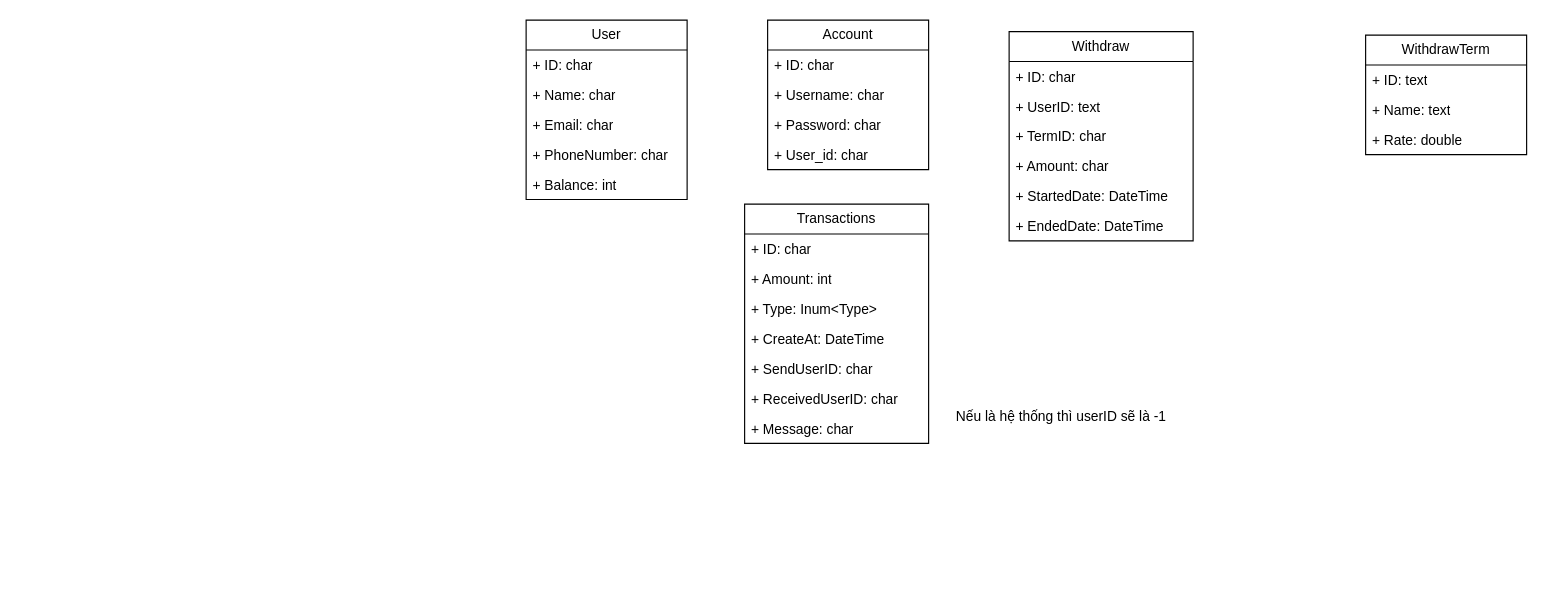
This is Biểu đồ không có tiêu đề.drawio from manhhoangg2k2/e-wallet, a draw.io file, before an edit. Source tidied: cells renumbered, new cells numbered last; positions are measured from the earlier drawing's top-left corner, leaving out a move shared by most shapes. Both pictures are drawn from the tidied source at 115%, with x=0, y=0 at pixel (526, 20).
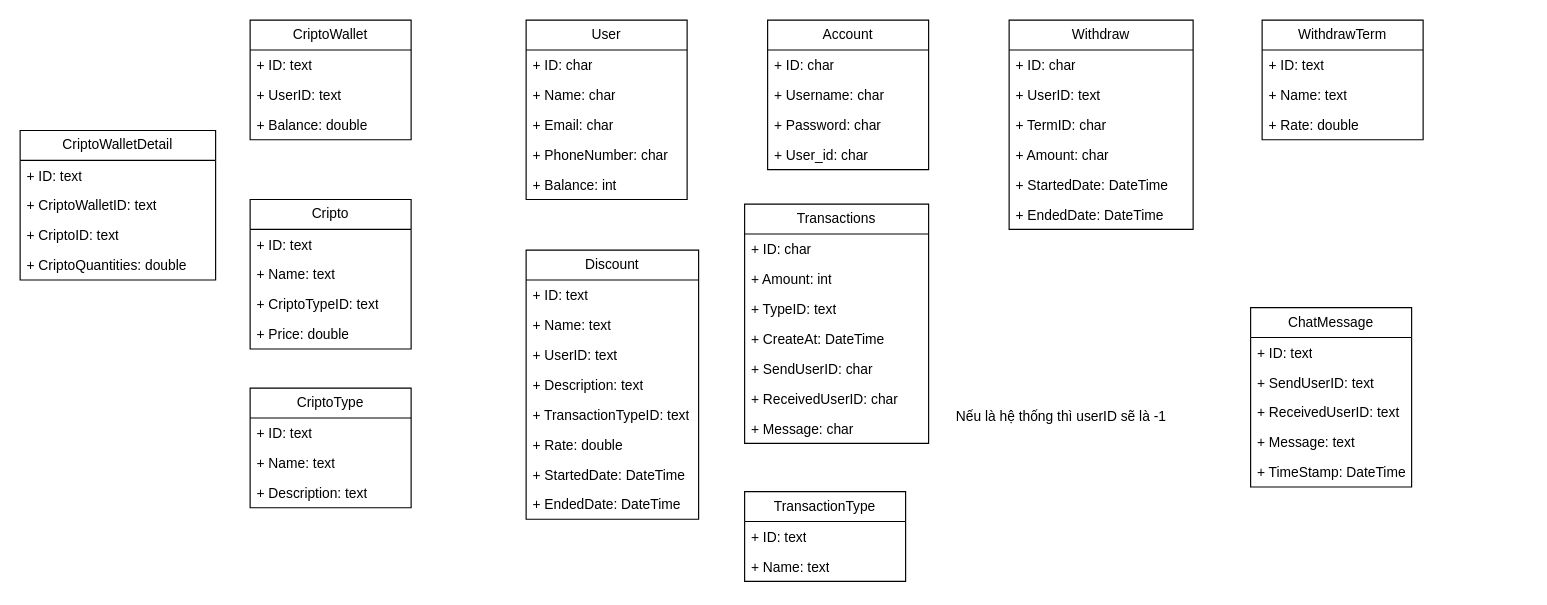
Above is the later version.

Commit message:
Cập nhật Biểu đồ không có tiêu đề.drawio

The change refers to these unchanged cells:
```xml
<mxCell id="13" value="Transactions" style="swimlane;fontStyle=0;horizontal=1;startSize=26;fillColor=none;whiteSpace=wrap;html=1;" parent="1" vertex="1">
  <mxGeometry x="190" y="160" width="160" height="208" as="geometry" />
</mxCell>
```

Diff of the diagram source:
```diff
@@
-    <mxCell id="16" value="+ Type: Inum&amp;lt;Type&amp;gt;" style="text;strokeColor=none;fillColor=none;align=left;verticalAlign=top;spacingLeft=4;spacingRight=4;overflow=hidden;whiteSpace=wrap;html=1;" parent="13" vertex="1">
+    <mxCell id="16" value="+ TypeID: text" style="text;strokeColor=none;fillColor=none;align=left;verticalAlign=top;spacingLeft=4;spacingRight=4;overflow=hidden;whiteSpace=wrap;html=1;" parent="13" vertex="1">
       <mxGeometry y="78" width="160" height="26" as="geometry" />
     </mxCell>
@@
     <mxCell id="22" value="Withdraw" style="swimlane;fontStyle=0;horizontal=1;startSize=26;fillColor=none;whiteSpace=wrap;html=1;" parent="1" vertex="1">
-      <mxGeometry x="420" y="10" width="160" height="182" as="geometry" />
+      <mxGeometry x="420" width="160" height="182" as="geometry" />
     </mxCell>
@@
     <mxCell id="29" value="WithdrawTerm" style="swimlane;fontStyle=0;horizontal=1;startSize=26;fillColor=none;whiteSpace=wrap;html=1;" parent="1" vertex="1">
-      <mxGeometry x="730" y="13" width="140" height="104" as="geometry" />
+      <mxGeometry x="640" width="140" height="104" as="geometry" />
     </mxCell>
@@
+    <mxCell id="33" value="TransactionType" style="swimlane;fontStyle=0;horizontal=1;startSize=26;fillColor=none;whiteSpace=wrap;html=1;" parent="1" vertex="1">
+      <mxGeometry x="190" y="410" width="140" height="78" as="geometry" />
+    </mxCell>
+    <mxCell id="34" value="+ ID: text" style="text;strokeColor=none;fillColor=none;align=left;verticalAlign=top;spacingLeft=4;spacingRight=4;overflow=hidden;whiteSpace=wrap;html=1;" parent="33" vertex="1">
+      <mxGeometry y="26" width="140" height="26" as="geometry" />
+    </mxCell>
+    <mxCell id="35" value="+ Name: text" style="text;strokeColor=none;fillColor=none;align=left;verticalAlign=top;spacingLeft=4;spacingRight=4;overflow=hidden;whiteSpace=wrap;html=1;" parent="33" vertex="1">
+      <mxGeometry y="52" width="140" height="26" as="geometry" />
+    </mxCell>
+    <mxCell id="36" value="Discount" style="swimlane;fontStyle=0;horizontal=1;startSize=26;fillColor=none;whiteSpace=wrap;html=1;" parent="1" vertex="1">
+      <mxGeometry y="200" width="150" height="234" as="geometry" />
+    </mxCell>
+    <mxCell id="37" value="+ ID: text" style="text;strokeColor=none;fillColor=none;align=left;verticalAlign=top;spacingLeft=4;spacingRight=4;overflow=hidden;whiteSpace=wrap;html=1;" parent="36" vertex="1">
+      <mxGeometry y="26" width="150" height="26" as="geometry" />
+    </mxCell>
+    <mxCell id="38" value="+ Name: text" style="text;strokeColor=none;fillColor=none;align=left;verticalAlign=top;spacingLeft=4;spacingRight=4;overflow=hidden;whiteSpace=wrap;html=1;" parent="36" vertex="1">
+      <mxGeometry y="52" width="150" height="26" as="geometry" />
+    </mxCell>
+    <mxCell id="39" value="+ UserID: text" style="text;strokeColor=none;fillColor=none;align=left;verticalAlign=top;spacingLeft=4;spacingRight=4;overflow=hidden;whiteSpace=wrap;html=1;" parent="36" vertex="1">
+      <mxGeometry y="78" width="150" height="26" as="geometry" />
+    </mxCell>
+    <mxCell id="40" value="+ Description: text" style="text;strokeColor=none;fillColor=none;align=left;verticalAlign=top;spacingLeft=4;spacingRight=4;overflow=hidden;whiteSpace=wrap;html=1;" parent="36" vertex="1">
+      <mxGeometry y="104" width="150" height="26" as="geometry" />
+    </mxCell>
+    <mxCell id="41" value="+ TransactionTypeID: text" style="text;strokeColor=none;fillColor=none;align=left;verticalAlign=top;spacingLeft=4;spacingRight=4;overflow=hidden;whiteSpace=wrap;html=1;" parent="36" vertex="1">
+      <mxGeometry y="130" width="150" height="26" as="geometry" />
+    </mxCell>
+    <mxCell id="42" value="+ Rate: double" style="text;strokeColor=none;fillColor=none;align=left;verticalAlign=top;spacingLeft=4;spacingRight=4;overflow=hidden;whiteSpace=wrap;html=1;" parent="36" vertex="1">
+      <mxGeometry y="156" width="150" height="26" as="geometry" />
+    </mxCell>
+    <mxCell id="43" value="+ StartedDate: DateTime" style="text;strokeColor=none;fillColor=none;align=left;verticalAlign=top;spacingLeft=4;spacingRight=4;overflow=hidden;whiteSpace=wrap;html=1;" parent="36" vertex="1">
+      <mxGeometry y="182" width="150" height="26" as="geometry" />
+    </mxCell>
+    <mxCell id="44" value="+ EndedDate: DateTime" style="text;strokeColor=none;fillColor=none;align=left;verticalAlign=top;spacingLeft=4;spacingRight=4;overflow=hidden;whiteSpace=wrap;html=1;" parent="36" vertex="1">
+      <mxGeometry y="208" width="150" height="26" as="geometry" />
+    </mxCell>
+    <mxCell id="45" value="Cripto" style="swimlane;fontStyle=0;horizontal=1;startSize=26;fillColor=none;whiteSpace=wrap;html=1;" parent="1" vertex="1">
+      <mxGeometry x="-240" y="156" width="140" height="130" as="geometry" />
+    </mxCell>
+    <mxCell id="46" value="+ ID: text" style="text;strokeColor=none;fillColor=none;align=left;verticalAlign=top;spacingLeft=4;spacingRight=4;overflow=hidden;whiteSpace=wrap;html=1;" parent="45" vertex="1">
+      <mxGeometry y="26" width="140" height="26" as="geometry" />
+    </mxCell>
+    <mxCell id="47" value="+ Name: text" style="text;strokeColor=none;fillColor=none;align=left;verticalAlign=top;spacingLeft=4;spacingRight=4;overflow=hidden;whiteSpace=wrap;html=1;" parent="45" vertex="1">
+      <mxGeometry y="52" width="140" height="26" as="geometry" />
+    </mxCell>
+    <mxCell id="48" value="+ CriptoTypeID: text" style="text;strokeColor=none;fillColor=none;align=left;verticalAlign=top;spacingLeft=4;spacingRight=4;overflow=hidden;whiteSpace=wrap;html=1;" parent="45" vertex="1">
+      <mxGeometry y="78" width="140" height="26" as="geometry" />
+    </mxCell>
+    <mxCell id="49" value="+ Price: double" style="text;strokeColor=none;fillColor=none;align=left;verticalAlign=top;spacingLeft=4;spacingRight=4;overflow=hidden;whiteSpace=wrap;html=1;" parent="45" vertex="1">
+      <mxGeometry y="104" width="140" height="26" as="geometry" />
+    </mxCell>
+    <mxCell id="50" value="CriptoWallet" style="swimlane;fontStyle=0;horizontal=1;startSize=26;fillColor=none;whiteSpace=wrap;html=1;" parent="1" vertex="1">
+      <mxGeometry x="-240" width="140" height="104" as="geometry" />
+    </mxCell>
+    <mxCell id="51" value="+ ID: text" style="text;strokeColor=none;fillColor=none;align=left;verticalAlign=top;spacingLeft=4;spacingRight=4;overflow=hidden;whiteSpace=wrap;html=1;" parent="50" vertex="1">
+      <mxGeometry y="26" width="140" height="26" as="geometry" />
+    </mxCell>
+    <mxCell id="52" value="+ UserID: text" style="text;strokeColor=none;fillColor=none;align=left;verticalAlign=top;spacingLeft=4;spacingRight=4;overflow=hidden;whiteSpace=wrap;html=1;" parent="50" vertex="1">
+      <mxGeometry y="52" width="140" height="26" as="geometry" />
+    </mxCell>
+    <mxCell id="53" value="+ Balance: double" style="text;strokeColor=none;fillColor=none;align=left;verticalAlign=top;spacingLeft=4;spacingRight=4;overflow=hidden;whiteSpace=wrap;html=1;" parent="50" vertex="1">
+      <mxGeometry y="78" width="140" height="26" as="geometry" />
+    </mxCell>
+    <mxCell id="54" value="CriptoType" style="swimlane;fontStyle=0;horizontal=1;startSize=26;fillColor=none;whiteSpace=wrap;html=1;" parent="1" vertex="1">
+      <mxGeometry x="-240" y="320" width="140" height="104" as="geometry" />
+    </mxCell>
+    <mxCell id="55" value="+ ID: text" style="text;strokeColor=none;fillColor=none;align=left;verticalAlign=top;spacingLeft=4;spacingRight=4;overflow=hidden;whiteSpace=wrap;html=1;" parent="54" vertex="1">
+      <mxGeometry y="26" width="140" height="26" as="geometry" />
+    </mxCell>
+    <mxCell id="56" value="+ Name: text" style="text;strokeColor=none;fillColor=none;align=left;verticalAlign=top;spacingLeft=4;spacingRight=4;overflow=hidden;whiteSpace=wrap;html=1;" parent="54" vertex="1">
+      <mxGeometry y="52" width="140" height="26" as="geometry" />
+    </mxCell>
+    <mxCell id="57" value="+ Description: text" style="text;strokeColor=none;fillColor=none;align=left;verticalAlign=top;spacingLeft=4;spacingRight=4;overflow=hidden;whiteSpace=wrap;html=1;" parent="54" vertex="1">
+      <mxGeometry y="78" width="140" height="26" as="geometry" />
+    </mxCell>
+    <mxCell id="58" value="CriptoWalletDetail" style="swimlane;fontStyle=0;horizontal=1;startSize=26;fillColor=none;whiteSpace=wrap;html=1;" parent="1" vertex="1">
+      <mxGeometry x="-440" y="96" width="170" height="130" as="geometry" />
+    </mxCell>
+    <mxCell id="59" value="+ ID: text" style="text;strokeColor=none;fillColor=none;align=left;verticalAlign=top;spacingLeft=4;spacingRight=4;overflow=hidden;whiteSpace=wrap;html=1;" parent="58" vertex="1">
+      <mxGeometry y="26" width="170" height="26" as="geometry" />
+    </mxCell>
+    <mxCell id="60" value="+ CriptoWalletID: text" style="text;strokeColor=none;fillColor=none;align=left;verticalAlign=top;spacingLeft=4;spacingRight=4;overflow=hidden;whiteSpace=wrap;html=1;" parent="58" vertex="1">
+      <mxGeometry y="52" width="170" height="26" as="geometry" />
+    </mxCell>
+    <mxCell id="61" value="+ CriptoID: text" style="text;strokeColor=none;fillColor=none;align=left;verticalAlign=top;spacingLeft=4;spacingRight=4;overflow=hidden;whiteSpace=wrap;html=1;" parent="58" vertex="1">
+      <mxGeometry y="78" width="170" height="26" as="geometry" />
+    </mxCell>
+    <mxCell id="62" value="+ CriptoQuantities: double" style="text;strokeColor=none;fillColor=none;align=left;verticalAlign=top;spacingLeft=4;spacingRight=4;overflow=hidden;whiteSpace=wrap;html=1;" parent="58" vertex="1">
+      <mxGeometry y="104" width="170" height="26" as="geometry" />
+    </mxCell>
+    <mxCell id="63" value="ChatMessage" style="swimlane;fontStyle=0;horizontal=1;startSize=26;fillColor=none;whiteSpace=wrap;html=1;" parent="1" vertex="1">
+      <mxGeometry x="630" y="250" width="140" height="156" as="geometry" />
+    </mxCell>
+    <mxCell id="64" value="+ ID: text" style="text;strokeColor=none;fillColor=none;align=left;verticalAlign=top;spacingLeft=4;spacingRight=4;overflow=hidden;whiteSpace=wrap;html=1;" parent="63" vertex="1">
+      <mxGeometry y="26" width="140" height="26" as="geometry" />
+    </mxCell>
+    <mxCell id="65" value="+ SendUserID: text" style="text;strokeColor=none;fillColor=none;align=left;verticalAlign=top;spacingLeft=4;spacingRight=4;overflow=hidden;whiteSpace=wrap;html=1;" parent="63" vertex="1">
+      <mxGeometry y="52" width="140" height="26" as="geometry" />
+    </mxCell>
+    <mxCell id="66" value="+ ReceivedUserID: text" style="text;strokeColor=none;fillColor=none;align=left;verticalAlign=top;spacingLeft=4;spacingRight=4;overflow=hidden;whiteSpace=wrap;html=1;" parent="63" vertex="1">
+      <mxGeometry y="78" width="140" height="26" as="geometry" />
+    </mxCell>
+    <mxCell id="67" value="+ Message: text" style="text;strokeColor=none;fillColor=none;align=left;verticalAlign=top;spacingLeft=4;spacingRight=4;overflow=hidden;whiteSpace=wrap;html=1;" parent="63" vertex="1">
+      <mxGeometry y="104" width="140" height="26" as="geometry" />
+    </mxCell>
+    <mxCell id="68" value="+ TimeStamp: DateTime" style="text;strokeColor=none;fillColor=none;align=left;verticalAlign=top;spacingLeft=4;spacingRight=4;overflow=hidden;whiteSpace=wrap;html=1;" parent="63" vertex="1">
+      <mxGeometry y="130" width="140" height="26" as="geometry" />
+    </mxCell>
```
